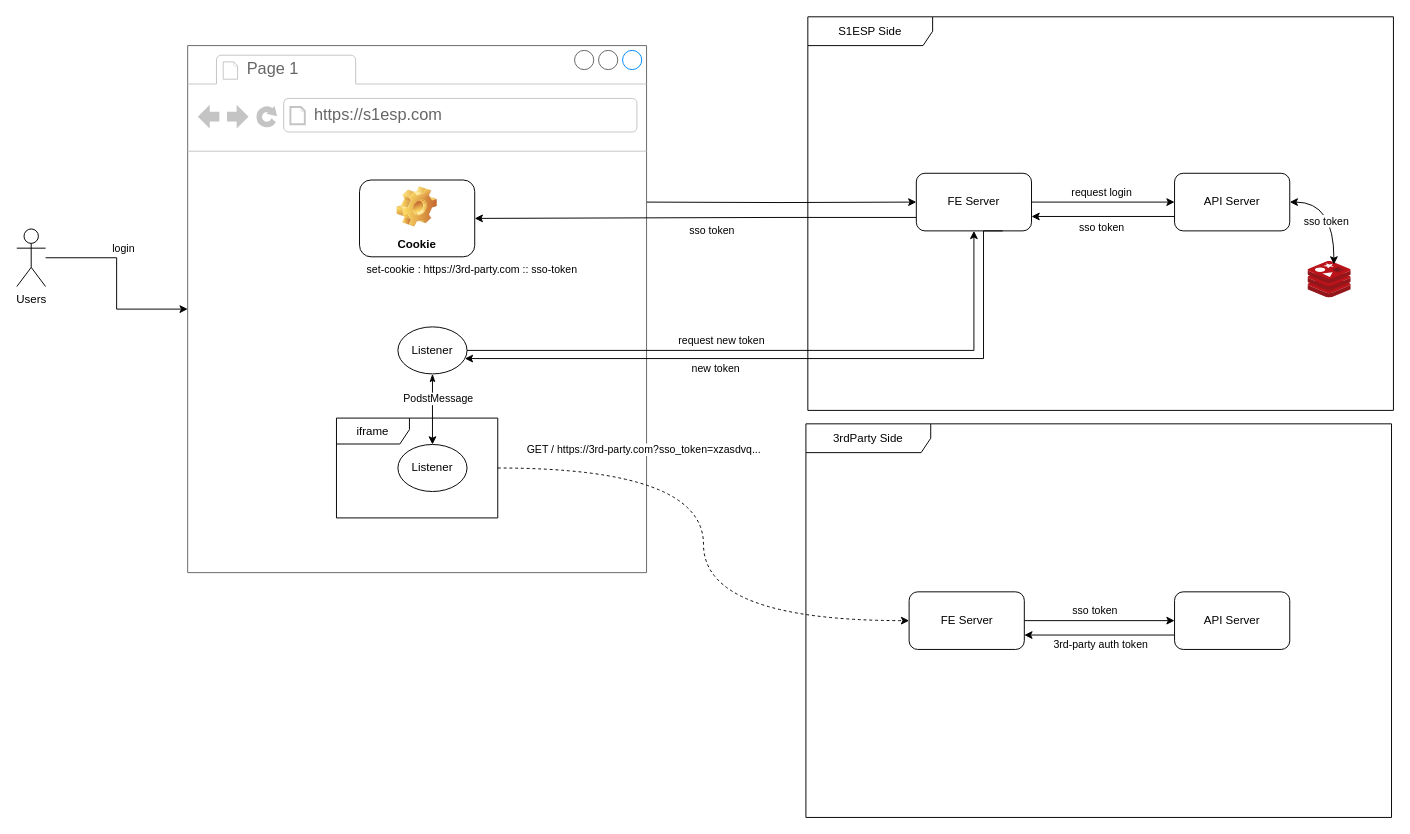
This is s1esp-sso.drawio from djcho/draw-io-repo, a draw.io file, before an edit. Source tidied: cells renumbered, new cells numbered last; positions are measured from the earlier drawing's top-left corner, leaving out a move shared by most shapes. Both pictures are drawn from the tidied source at 96%, with x=0, y=0 at pixel (16, 16).
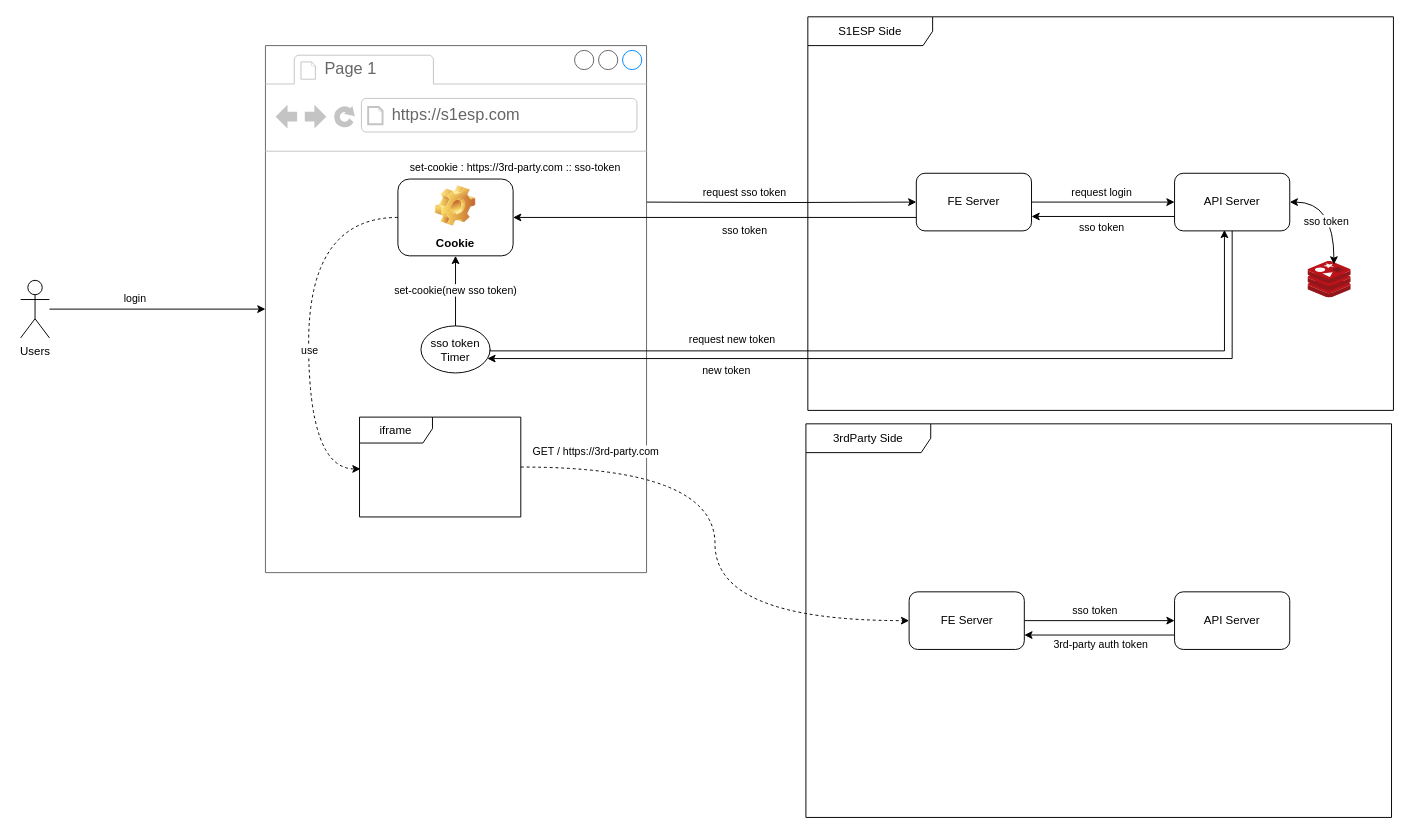
Above is the later version.

The change refers to these unchanged cells:
```xml
<mxCell id="9" value="&lt;div&gt;&lt;span style=&quot;background-color: transparent; color: light-dark(rgb(0, 0, 0), rgb(255, 255, 255));&quot;&gt;API Server&lt;/span&gt;&lt;/div&gt;" style="rounded=1;whiteSpace=wrap;html=1;" parent="1" vertex="1">
  <mxGeometry x="1206" y="163" width="120" height="60" as="geometry" />
</mxCell>
<mxCell id="12" value="FE Server" style="rounded=1;whiteSpace=wrap;html=1;" parent="1" vertex="1">
  <mxGeometry x="937" y="163" width="120" height="60" as="geometry" />
</mxCell>
<mxCell id="19" style="edgeStyle=orthogonalEdgeStyle;rounded=0;jettySize=auto;html=1;" parent="1" edge="1" target="12">
  <mxGeometry relative="1" as="geometry">
    <mxPoint x="652" y="193" as="sourcePoint" />
  </mxGeometry>
</mxCell>
<mxCell id="29" style="edgeStyle=orthogonalEdgeStyle;rounded=0;jettySize=auto;html=1;entryX=1;entryY=0.5;entryDx=0;entryDy=0;" parent="1" edge="1" source="12" target="23">
  <mxGeometry relative="1" as="geometry">
    <Array as="points">
      <mxPoint x="794" y="209" />
      <mxPoint x="794" y="209" />
    </Array>
  </mxGeometry>
</mxCell>
<mxCell id="32" style="edgeStyle=orthogonalEdgeStyle;rounded=0;jettySize=auto;html=1;entryX=0;entryY=0.5;entryDx=0;entryDy=0;curved=1;dashed=1;" parent="1" edge="1" source="24" target="15">
  <mxGeometry relative="1" as="geometry" />
</mxCell>
```

The edit, as a diff of the source:
```diff
@@
     <mxCell id="6" value="Users" style="shape=umlActor;verticalLabelPosition=bottom;verticalAlign=top;html=1;outlineConnect=0;" parent="1" vertex="1">
-      <mxGeometry y="221" width="30" height="60" as="geometry" />
+      <mxGeometry x="4" y="274.5" width="30" height="60" as="geometry" />
     </mxCell>
@@
+    <mxCell id="41" value="request sso token" style="edgeLabel;html=1;align=center;verticalAlign=middle;" parent="19" vertex="1">
+      <mxGeometry x="-0.12" relative="1" as="geometry">
+        <mxPoint x="-20" y="-11" as="offset" />
+      </mxGeometry>
+    </mxCell>
     <mxCell id="20" style="strokeWidth=1;shadow=0;dashed=0;align=center;html=1;shape=mxgraph.mockup.containers.browserWindow;rSize=0;strokeColor=#666666;strokeColor2=#008cff;strokeColor3=#c4c4c4;mainText=,;" parent="1" vertex="1">
-      <mxGeometry x="178" y="30" width="478" height="549" as="geometry" />
+      <mxGeometry x="259" y="30" width="397" height="549" as="geometry" />
     </mxCell>
@@
     <mxCell id="23" value="Cookie" style="label;whiteSpace=wrap;html=1;align=center;verticalAlign=bottom;spacingLeft=0;spacingBottom=4;imageAlign=center;imageVerticalAlign=top;image=img/clipart/Gear_128x128.png;" parent="20" vertex="1">
-      <mxGeometry x="179" y="140" width="120" height="80" as="geometry" />
+      <mxGeometry x="138" y="139" width="120" height="80" as="geometry" />
     </mxCell>
     <mxCell id="24" value="iframe" style="shape=umlFrame;whiteSpace=wrap;html=1;width=76;height=27;" parent="20" vertex="1">
-      <mxGeometry x="155" y="388" width="168" height="104" as="geometry" />
+      <mxGeometry x="98" y="387" width="168" height="104" as="geometry" />
     </mxCell>
+    <mxCell id="42" value="set-cookie(new sso token)" style="edgeStyle=orthogonalEdgeStyle;rounded=0;jettySize=auto;html=1;entryX=0.5;entryY=1;entryDx=0;entryDy=0;" parent="20" edge="1" source="25" target="23">
+      <mxGeometry relative="1" as="geometry" />
+    </mxCell>
-    <mxCell id="25" value="Listener" style="ellipse;whiteSpace=wrap;html=1;" parent="20" vertex="1">
-      <mxGeometry x="219" y="293" width="72" height="49" as="geometry" />
+    <mxCell id="25" value="sso token&lt;br&gt;Timer" style="ellipse;whiteSpace=wrap;html=1;" parent="20" vertex="1">
+      <mxGeometry x="162" y="292" width="72" height="49" as="geometry" />
     </mxCell>
-    <mxCell id="26" style="edgeStyle=orthogonalEdgeStyle;rounded=0;jettySize=auto;html=1;entryX=0.5;entryY=1;entryDx=0;entryDy=0;endArrow=classicThin;endFill=1;startArrow=classic;startFill=1;" parent="20" edge="1" source="28" target="25">
-      <mxGeometry relative="1" as="geometry" />
-    </mxCell>
-    <mxCell id="27" value="PodstMessage" style="edgeLabel;html=1;align=center;verticalAlign=middle;" parent="26" vertex="1">
-      <mxGeometry x="0.4" relative="1" as="geometry">
-        <mxPoint x="5" y="3" as="offset" />
-      </mxGeometry>
-    </mxCell>
-    <mxCell id="28" value="Listener" style="ellipse;whiteSpace=wrap;html=1;" parent="20" vertex="1">
-      <mxGeometry x="219" y="415.5" width="72" height="49" as="geometry" />
-    </mxCell>
+    <mxCell id="43" style="edgeStyle=orthogonalEdgeStyle;rounded=0;orthogonalLoop=1;jettySize=auto;html=1;exitX=0.5;exitY=1;exitDx=0;exitDy=0;" parent="20" edge="1" source="25" target="25">
+      <mxGeometry relative="1" as="geometry" />
+    </mxCell>
+    <mxCell id="44" style="edgeStyle=orthogonalEdgeStyle;rounded=0;jettySize=auto;html=1;entryX=0.006;entryY=0.519;entryDx=0;entryDy=0;entryPerimeter=0;curved=1;dashed=1;" parent="20" edge="1" source="23" target="24">
+      <mxGeometry relative="1" as="geometry">
+        <Array as="points">
+          <mxPoint x="45" y="179" />
+          <mxPoint x="45" y="441" />
+        </Array>
+      </mxGeometry>
+    </mxCell>
+    <mxCell id="45" value="use" style="edgeLabel;html=1;align=center;verticalAlign=middle;" parent="44" vertex="1">
+      <mxGeometry x="0.13" relative="1" as="geometry" />
+    </mxCell>
@@
     <mxCell id="31" value="set-cookie : https://3rd-party.com :: sso-token" style="edgeLabel;html=1;align=center;verticalAlign=middle;" parent="29" vertex="1">
       <mxGeometry x="0.63" y="1" relative="1" as="geometry">
-        <mxPoint x="-89" y="52" as="offset" />
+        <mxPoint x="-77" y="-54" as="offset" />
       </mxGeometry>
     </mxCell>
@@
-    <mxCell id="33" value="GET / https://3rd-party.com?sso_token=xzasdvq..." style="edgeLabel;html=1;align=center;verticalAlign=middle;" parent="32" vertex="1">
+    <mxCell id="33" value="GET / https://3rd-party.com" style="edgeLabel;html=1;align=center;verticalAlign=middle;" parent="32" vertex="1">
       <mxGeometry x="0.04" y="5" relative="1" as="geometry">
-        <mxPoint x="-68" y="-111" as="offset" />
+        <mxPoint x="-130" y="-108" as="offset" />
       </mxGeometry>
     </mxCell>
@@
-    <mxCell id="37" style="edgeStyle=orthogonalEdgeStyle;rounded=0;jettySize=auto;html=1;exitX=1;exitY=0.5;exitDx=0;exitDy=0;" parent="1" edge="1" source="25" target="12">
+    <mxCell id="37" style="edgeStyle=orthogonalEdgeStyle;rounded=0;jettySize=auto;html=1;exitX=1;exitY=0.5;exitDx=0;exitDy=0;entryX=0.433;entryY=0.983;entryDx=0;entryDy=0;entryPerimeter=0;" parent="1" edge="1" source="25" target="9">
       <mxGeometry relative="1" as="geometry">
         <Array as="points">
-          <mxPoint x="997" y="348" />
+          <mxPoint x="493" y="348" />
+          <mxPoint x="1258" y="348" />
         </Array>
       </mxGeometry>
     </mxCell>
     <mxCell id="38" value="request new token" style="edgeLabel;html=1;align=center;verticalAlign=middle;" parent="37" vertex="1">
       <mxGeometry x="-0.23" y="3" relative="1" as="geometry">
-        <mxPoint x="13" y="-8" as="offset" />
+        <mxPoint x="-91" y="-10" as="offset" />
       </mxGeometry>
     </mxCell>
-    <mxCell id="39" style="rounded=0;jettySize=auto;html=1;startArrow=classic;startFill=1;endArrow=none;entryX=0.75;entryY=1;entryDx=0;entryDy=0;edgeStyle=orthogonalEdgeStyle;" parent="1" edge="1" source="25" target="12">
+    <mxCell id="39" style="rounded=0;jettySize=auto;html=1;startArrow=classic;startFill=1;endArrow=none;edgeStyle=orthogonalEdgeStyle;entryX=0.5;entryY=1;entryDx=0;entryDy=0;" parent="1" edge="1" source="25" target="9">
       <mxGeometry relative="1" as="geometry">
         <Array as="points">
-          <mxPoint x="1007" y="356" />
-          <mxPoint x="1007" y="223" />
+          <mxPoint x="1266" y="356" />
         </Array>
       </mxGeometry>
     </mxCell>
     <mxCell id="40" value="new token" style="edgeLabel;html=1;align=center;verticalAlign=middle;" parent="39" vertex="1">
       <mxGeometry x="-0.22" y="-1" relative="1" as="geometry">
-        <mxPoint x="-9" y="9" as="offset" />
+        <mxPoint x="-106" y="11" as="offset" />
       </mxGeometry>
     </mxCell>
```
